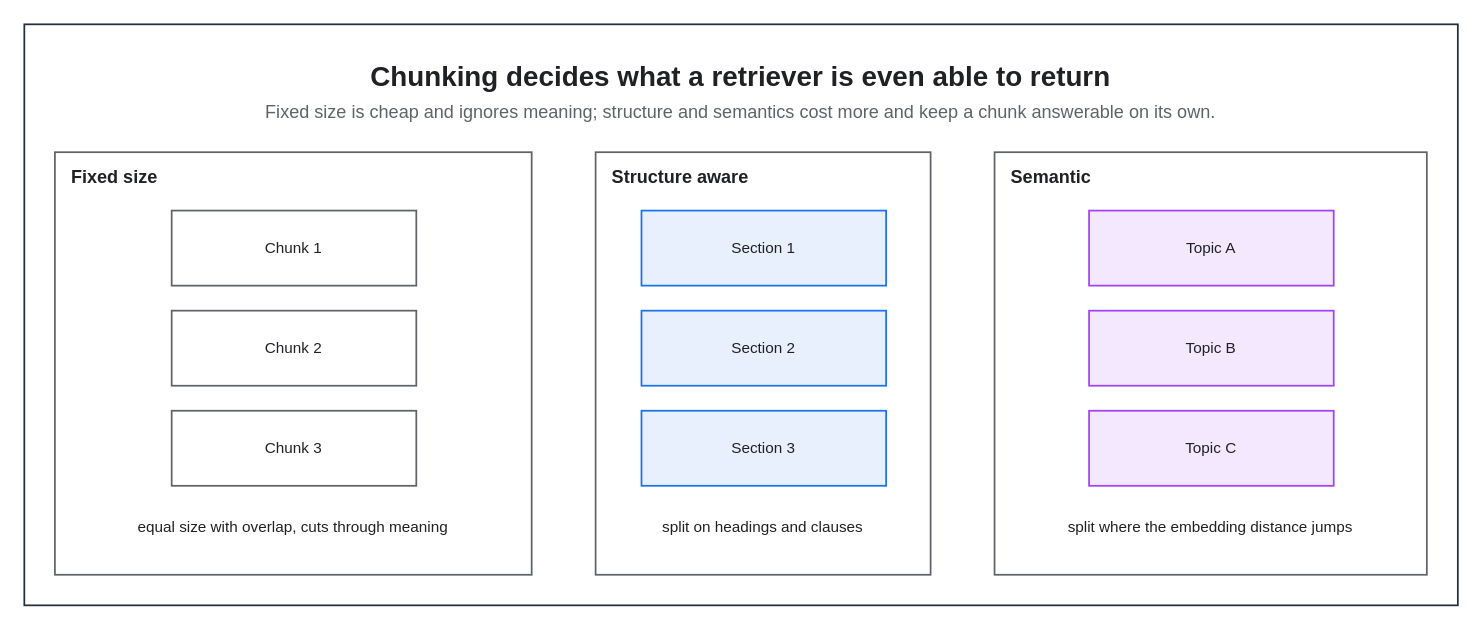
KKamJi98/kkamji98.github.io keeps this draw.io diagram as assets/img/ai/rag-02-chunking-strategies.drawio. Above is the earlier version. Source tidied: cells renumbered, new cells numbered last; positions are measured from the earlier drawing's top-left corner, leaving out a move shared by most shapes. Both pictures are drawn from the tidied source at 139%, with x=0, y=0 at pixel (24, 24).
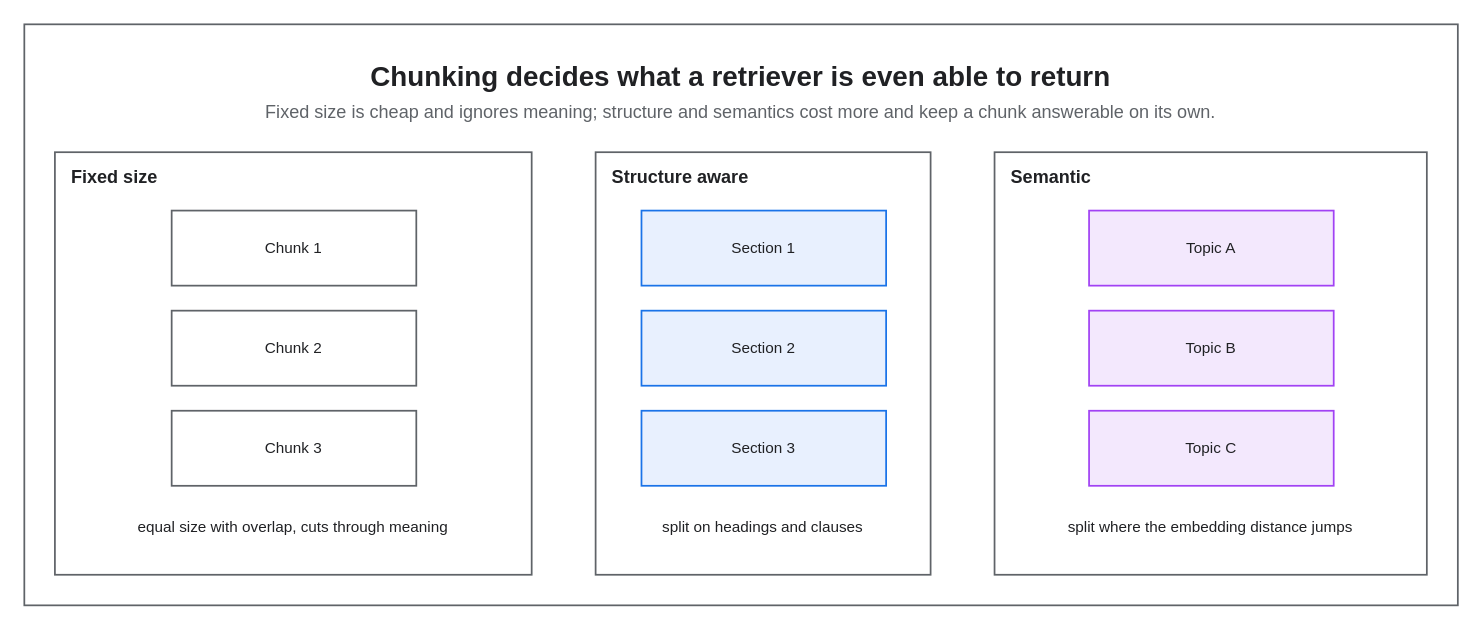
Above is the later version.

Diff of the diagram source:
```diff
@@
 <mxGraphModel background="#FFFFFF">
   <root>
     <mxCell id="0" />
     <mxCell id="1" parent="0" />
-    <mxCell id="2" style="rounded=0;html=0;fillColor=none;strokeColor=#232F3E;fontColor=#202124;strokeWidth=1.25;" parent="1" vertex="1">
+    <mxCell id="2" style="rounded=0;html=0;fillColor=none;strokeColor=#5F6368;fontColor=#202124;strokeWidth=1.25;" parent="1" vertex="1">
       <mxGeometry width="1031.3" height="418" as="geometry" />
     </mxCell>
     <mxCell id="3" value="Chunking decides what a retriever is even able to return" style="text;html=0;whiteSpace=wrap;fillColor=none;strokeColor=none;fontColor=#202124;fontSize=20;fontStyle=1;align=center;verticalAlign=middle;" parent="1" vertex="1">
       <mxGeometry x="22" y="22" width="987.3" height="30" as="geometry" />
     </mxCell>
     <mxCell id="4" value="Fixed size is cheap and ignores meaning; structure and semantics cost more and keep a chunk answerable on its own." style="text;html=0;whiteSpace=wrap;fillColor=none;strokeColor=none;fontColor=#5F6368;fontSize=13;fontStyle=0;align=center;verticalAlign=middle;" parent="1" vertex="1">
       <mxGeometry x="22" y="52" width="987.3" height="22" as="geometry" />
     </mxCell>
     <mxCell id="5" value="Fixed size" style="rounded=0;whiteSpace=wrap;html=0;fillColor=none;strokeColor=#5F6368;fontColor=#202124;fontSize=13;fontStyle=1;align=left;verticalAlign=top;spacingLeft=10;spacingTop=4;strokeWidth=1.25;dashed=0;" parent="1" vertex="1">
       <mxGeometry x="22" y="92" width="343" height="304" as="geometry" />
     </mxCell>
     <mxCell id="6" value="Structure aware" style="rounded=0;whiteSpace=wrap;html=0;fillColor=none;strokeColor=#5F6368;fontColor=#202124;fontSize=13;fontStyle=1;align=left;verticalAlign=top;spacingLeft=10;spacingTop=4;strokeWidth=1.25;dashed=0;" parent="1" vertex="1">
       <mxGeometry x="411" y="92" width="241" height="304" as="geometry" />
     </mxCell>
     <mxCell id="7" value="Semantic" style="rounded=0;whiteSpace=wrap;html=0;fillColor=none;strokeColor=#5F6368;fontColor=#202124;fontSize=13;fontStyle=1;align=left;verticalAlign=top;spacingLeft=10;spacingTop=4;strokeWidth=1.25;dashed=0;" parent="1" vertex="1">
       <mxGeometry x="698" y="92" width="311" height="304" as="geometry" />
     </mxCell>
     <mxCell id="8" value="Chunk 1" style="rounded=0;whiteSpace=wrap;html=0;fillColor=#FFFFFF;strokeColor=#5F6368;fontColor=#202124;fontSize=11;fontStyle=0;align=center;verticalAlign=middle;spacingLeft=6;spacingRight=6;strokeWidth=1.25;" parent="1" vertex="1">
       <mxGeometry x="106" y="134" width="176" height="54" as="geometry" />
     </mxCell>
     <mxCell id="9" value="Chunk 2" style="rounded=0;whiteSpace=wrap;html=0;fillColor=#FFFFFF;strokeColor=#5F6368;fontColor=#202124;fontSize=11;fontStyle=0;align=center;verticalAlign=middle;spacingLeft=6;spacingRight=6;strokeWidth=1.25;" parent="1" vertex="1">
       <mxGeometry x="106" y="206" width="176" height="54" as="geometry" />
     </mxCell>
     <mxCell id="10" value="Chunk 3" style="rounded=0;whiteSpace=wrap;html=0;fillColor=#FFFFFF;strokeColor=#5F6368;fontColor=#202124;fontSize=11;fontStyle=0;align=center;verticalAlign=middle;spacingLeft=6;spacingRight=6;strokeWidth=1.25;" parent="1" vertex="1">
       <mxGeometry x="106" y="278" width="176" height="54" as="geometry" />
     </mxCell>
     <mxCell id="11" value="equal size with overlap, cuts through meaning" style="text;html=0;whiteSpace=wrap;fillColor=none;strokeColor=none;fontColor=#202124;fontSize=11;fontStyle=0;align=center;verticalAlign=middle;" parent="1" vertex="1">
       <mxGeometry x="44" y="350" width="299" height="24" as="geometry" />
     </mxCell>
     <mxCell id="12" value="Section 1" style="rounded=0;whiteSpace=wrap;html=0;fillColor=#E8F0FE;strokeColor=#1A73E8;fontColor=#202124;fontSize=11;fontStyle=0;align=center;verticalAlign=middle;spacingLeft=6;spacingRight=6;strokeWidth=1.25;" parent="1" vertex="1">
       <mxGeometry x="444" y="134" width="176" height="54" as="geometry" />
     </mxCell>
     <mxCell id="13" value="Section 2" style="rounded=0;whiteSpace=wrap;html=0;fillColor=#E8F0FE;strokeColor=#1A73E8;fontColor=#202124;fontSize=11;fontStyle=0;align=center;verticalAlign=middle;spacingLeft=6;spacingRight=6;strokeWidth=1.25;" parent="1" vertex="1">
       <mxGeometry x="444" y="206" width="176" height="54" as="geometry" />
     </mxCell>
     <mxCell id="14" value="Section 3" style="rounded=0;whiteSpace=wrap;html=0;fillColor=#E8F0FE;strokeColor=#1A73E8;fontColor=#202124;fontSize=11;fontStyle=0;align=center;verticalAlign=middle;spacingLeft=6;spacingRight=6;strokeWidth=1.25;" parent="1" vertex="1">
       <mxGeometry x="444" y="278" width="176" height="54" as="geometry" />
     </mxCell>
     <mxCell id="15" value="split on headings and clauses" style="text;html=0;whiteSpace=wrap;fillColor=none;strokeColor=none;fontColor=#202124;fontSize=11;fontStyle=0;align=center;verticalAlign=middle;" parent="1" vertex="1">
       <mxGeometry x="433" y="350" width="197" height="24" as="geometry" />
     </mxCell>
     <mxCell id="16" value="Topic A" style="rounded=0;whiteSpace=wrap;html=0;fillColor=#F3E8FD;strokeColor=#A142F4;fontColor=#202124;fontSize=11;fontStyle=0;align=center;verticalAlign=middle;spacingLeft=6;spacingRight=6;strokeWidth=1.25;" parent="1" vertex="1">
       <mxGeometry x="766" y="134" width="176" height="54" as="geometry" />
     </mxCell>
     <mxCell id="17" value="Topic B" style="rounded=0;whiteSpace=wrap;html=0;fillColor=#F3E8FD;strokeColor=#A142F4;fontColor=#202124;fontSize=11;fontStyle=0;align=center;verticalAlign=middle;spacingLeft=6;spacingRight=6;strokeWidth=1.25;" parent="1" vertex="1">
       <mxGeometry x="766" y="206" width="176" height="54" as="geometry" />
     </mxCell>
     <mxCell id="18" value="Topic C" style="rounded=0;whiteSpace=wrap;html=0;fillColor=#F3E8FD;strokeColor=#A142F4;fontColor=#202124;fontSize=11;fontStyle=0;align=center;verticalAlign=middle;spacingLeft=6;spacingRight=6;strokeWidth=1.25;" parent="1" vertex="1">
       <mxGeometry x="766" y="278" width="176" height="54" as="geometry" />
     </mxCell>
     <mxCell id="19" value="split where the embedding distance jumps" style="text;html=0;whiteSpace=wrap;fillColor=none;strokeColor=none;fontColor=#202124;fontSize=11;fontStyle=0;align=center;verticalAlign=middle;" parent="1" vertex="1">
       <mxGeometry x="720" y="350" width="267" height="24" as="geometry" />
     </mxCell>
   </root>
 </mxGraphModel>
```
